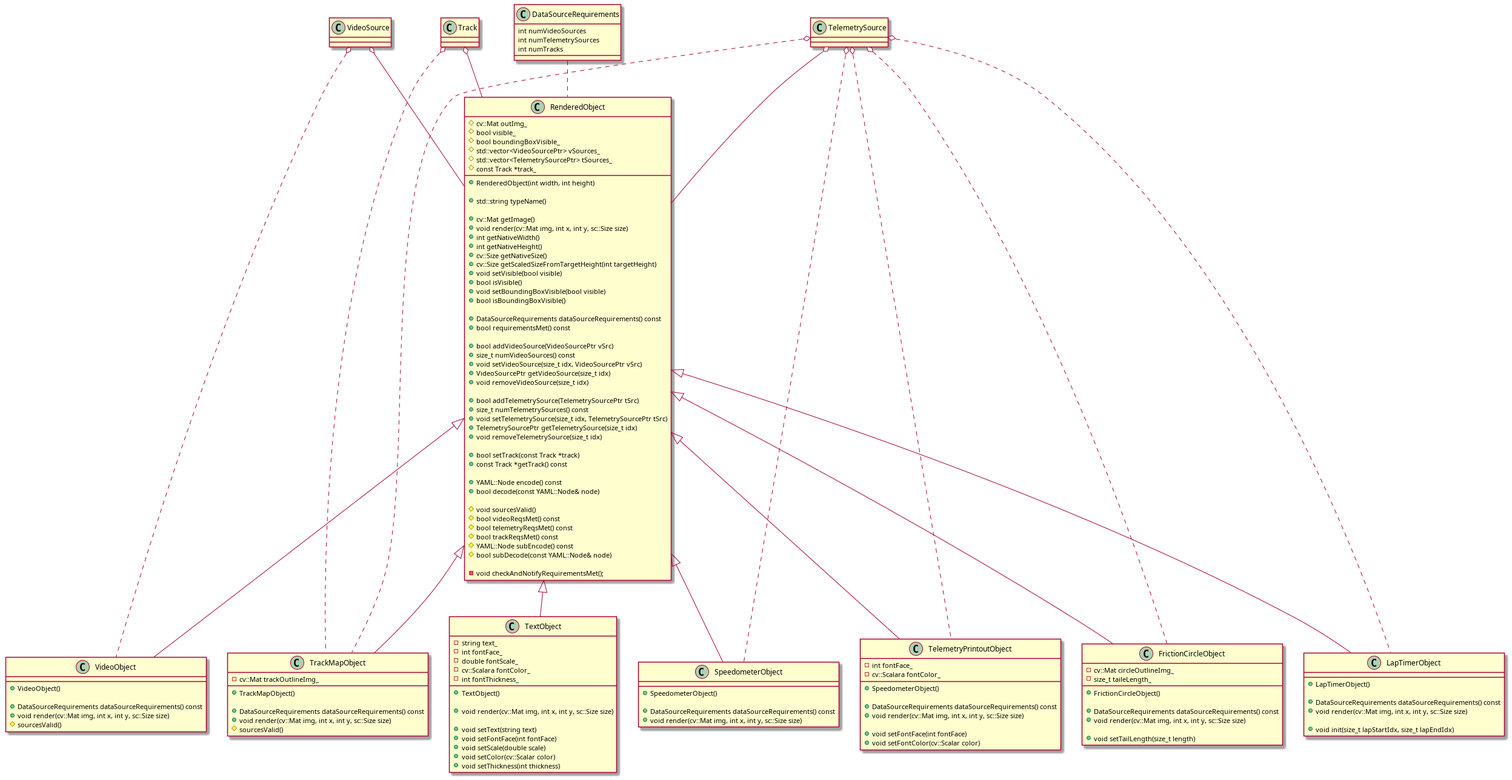
hankedan000/gopro-overlay keeps this PlantUML diagram as docs/plantuml_imgs/graphicsClasses.png. Above is the earlier version.
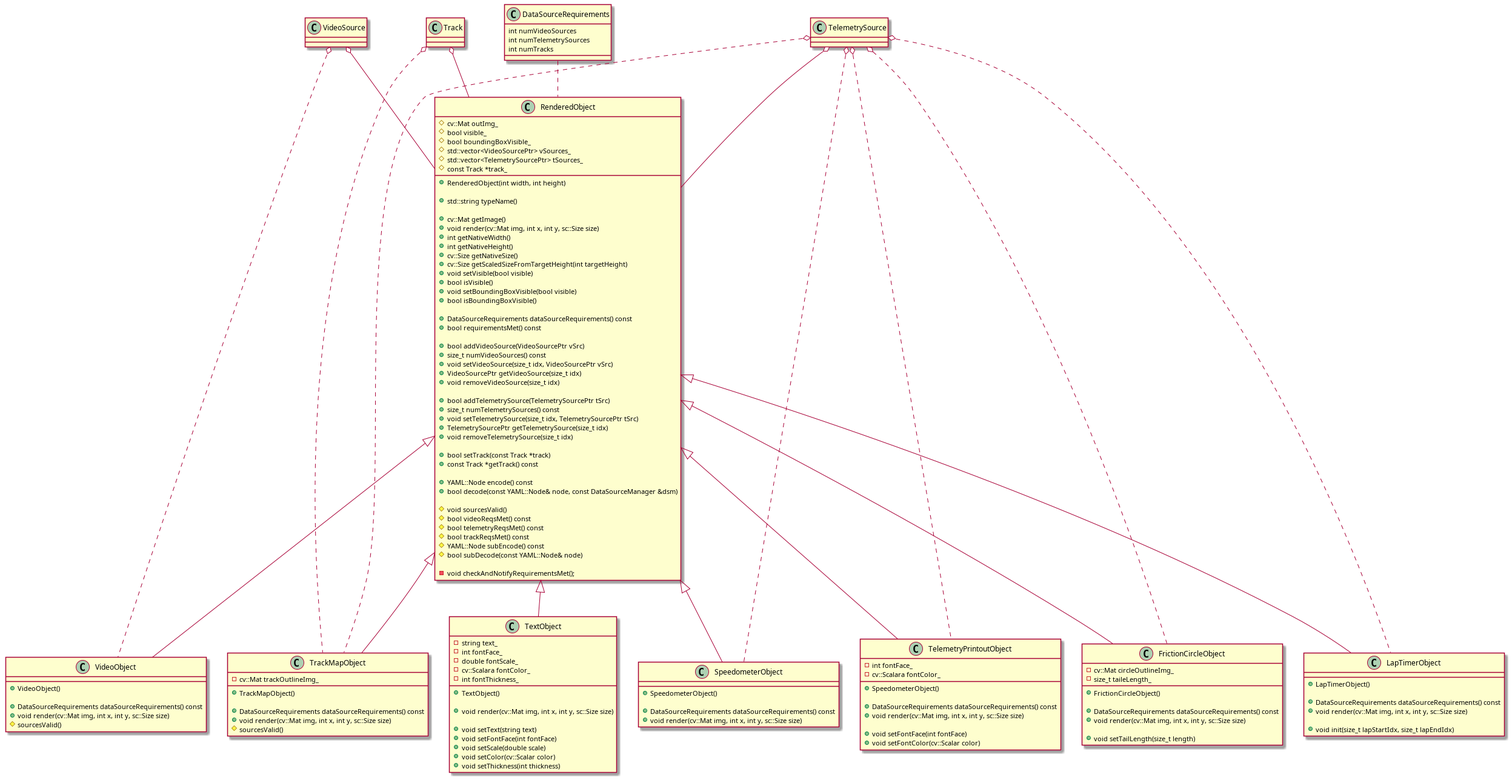
After the commit.

The edit, as a diff of the source:
```diff
@@ -41,7 +41,7 @@
 	+const Track *getTrack() const
 
 	+YAML::Node encode() const
-	+bool decode(const YAML::Node& node)
+	+bool decode(const YAML::Node& node, const DataSourceManager &dsm)
 
 	#void sourcesValid()
 	#bool videoReqsMet() const
```
